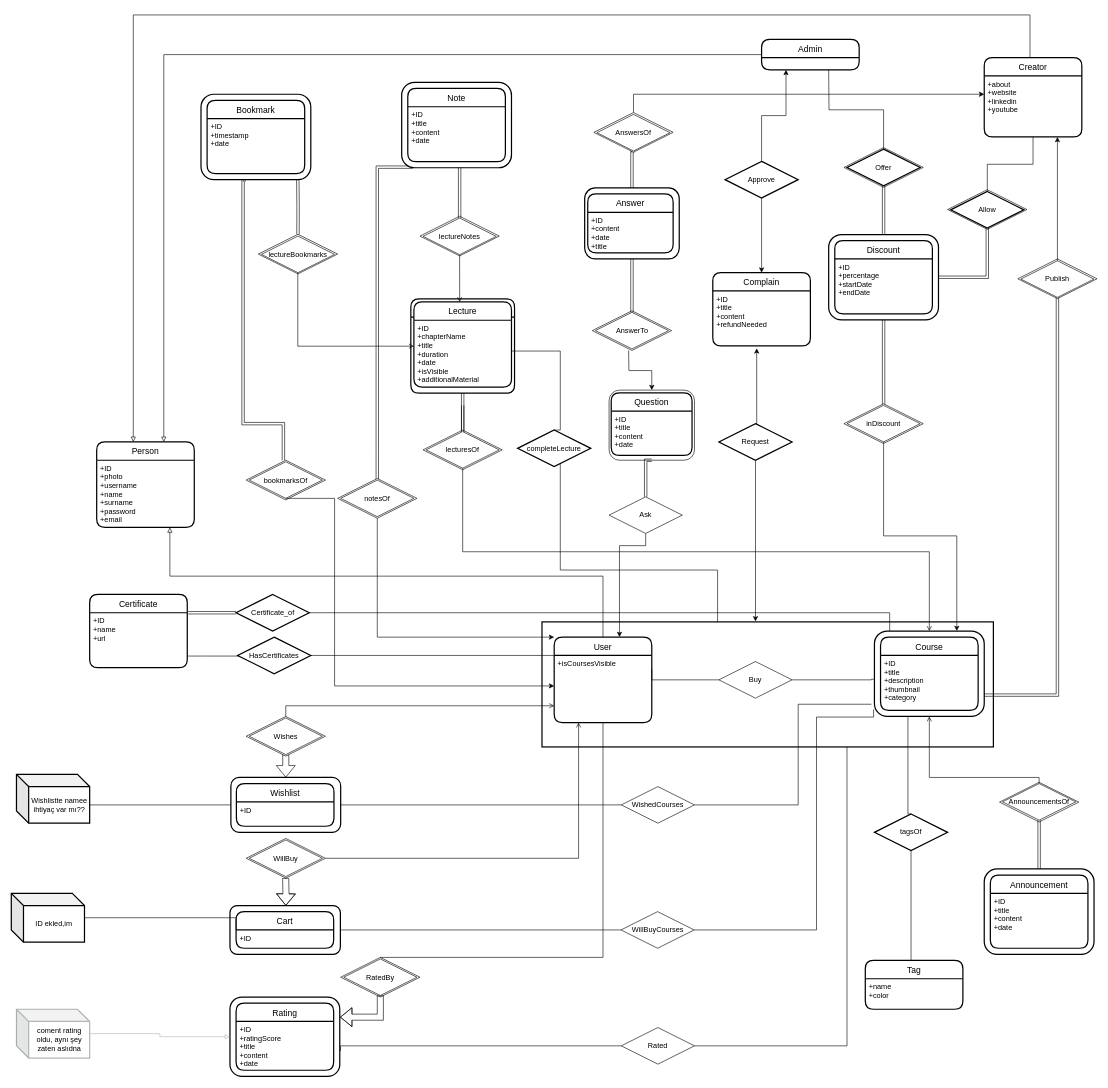
The draw.io diagram page "Page-2" (2 of 2) of ER.drawio in muratangin187/CS353-Project, before the edit. Source tidied: cells renumbered, new cells numbered last; positions are measured from the earlier drawing's top-left corner, leaving out a move shared by most shapes. Both pictures are drawn from the tidied source at 61%, with x=0, y=0 at pixel (11, 15).
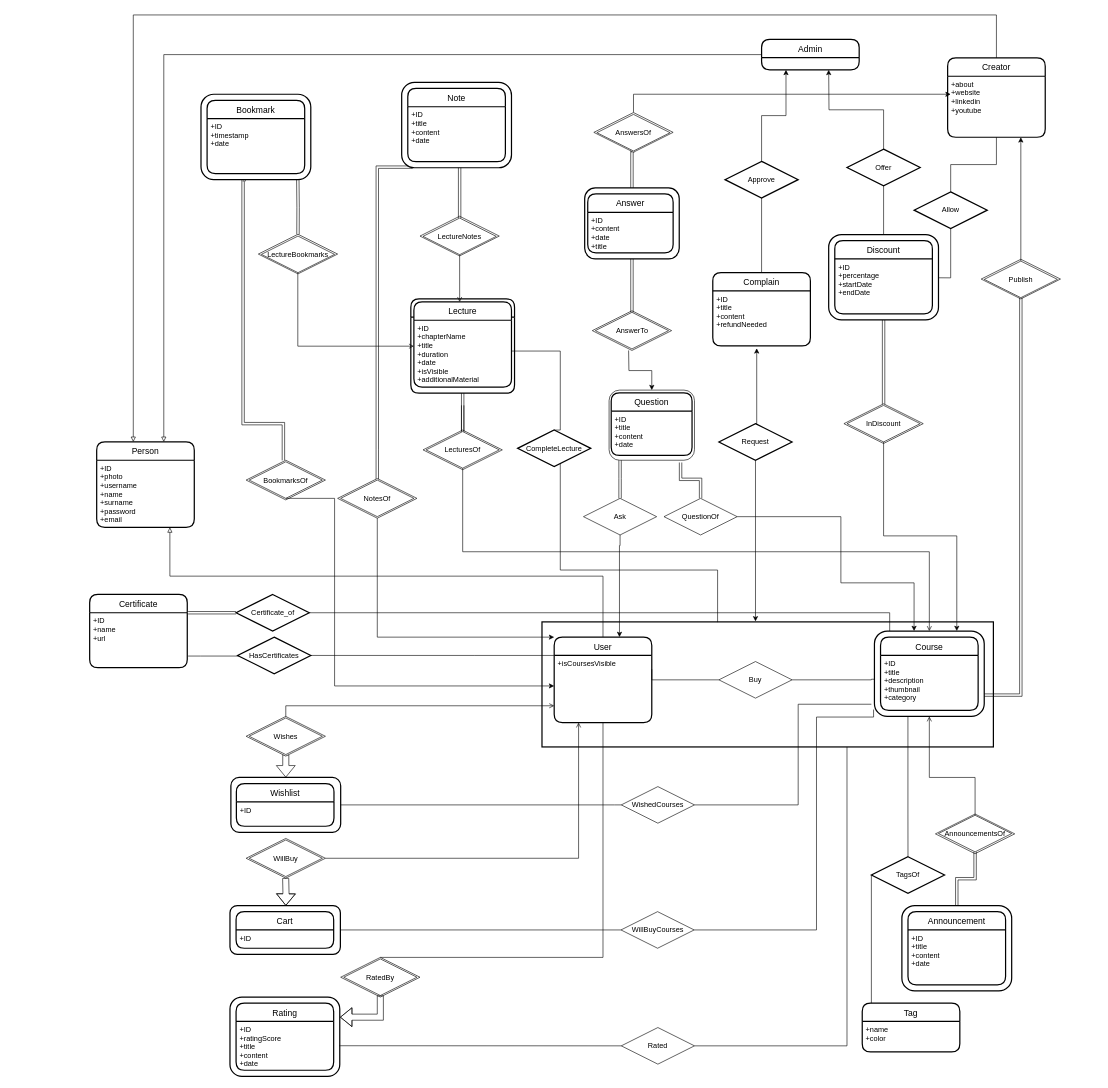
The same diagram, later.

The change refers to these unchanged cells:
```xml
<mxCell id="6" style="rounded=1;whiteSpace=wrap;html=1;shadow=0;glass=0;sketch=0;strokeWidth=2;gradientColor=none;" parent="1" vertex="1">
  <mxGeometry x="1340" y="360" width="180" height="140" as="geometry" />
</mxCell>
<mxCell id="14" style="rounded=1;whiteSpace=wrap;html=1;strokeWidth=2;" parent="1" vertex="1">
  <mxGeometry x="360" y="1250" width="180" height="90" as="geometry" />
</mxCell>
<mxCell id="17" style="rounded=1;whiteSpace=wrap;html=1;strokeWidth=2;" parent="1" vertex="1">
  <mxGeometry x="1415" y="1010" width="180" height="140" as="geometry" />
</mxCell>
<mxCell id="45" value="+ID" style="align=left;strokeColor=none;fillColor=none;spacingLeft=4;fontSize=12;verticalAlign=top;" parent="44" vertex="1">
  <mxGeometry y="30" width="160" height="30" as="geometry" />
</mxCell>
<mxCell id="65" style="rounded=1;whiteSpace=wrap;html=1;shadow=0;glass=0;sketch=0;strokeWidth=2;gradientColor=none;" parent="1" vertex="1">
  <mxGeometry x="358.5" y="1610" width="180" height="130" as="geometry" />
</mxCell>
<mxCell id="72" value="Rated" style="shape=rhombus;perimeter=rhombusPerimeter;whiteSpace=wrap;html=1;align=center;rounded=0;sketch=0;" parent="1" vertex="1">
  <mxGeometry x="1000" y="1660" width="120" height="60" as="geometry" />
</mxCell>
<mxCell id="122" style="shape=rhombus;perimeter=rhombusPerimeter;whiteSpace=wrap;html=1;align=center;rounded=0;sketch=0;" parent="1" vertex="1">
  <mxGeometry x="955" y="160" width="130" height="65" as="geometry" />
</mxCell>
<mxCell id="128" style="rounded=1;whiteSpace=wrap;html=1;shadow=0;glass=0;sketch=0;strokeWidth=1;gradientColor=none;" parent="1" vertex="1">
  <mxGeometry x="980" y="615" width="140" height="115" as="geometry" />
</mxCell>
<mxCell id="134" value="Complain" style="swimlane;horizontal=1;startSize=30;rounded=1;fontSize=14;fontStyle=0;strokeWidth=2;shadow=0;dashed=0;align=center;" parent="1" vertex="1">
  <mxGeometry x="1150" y="422.5" width="160" height="120" as="geometry" />
</mxCell>
<mxCell id="141" value="Approve" style="shape=rhombus;perimeter=rhombusPerimeter;whiteSpace=wrap;html=1;align=center;rounded=0;shadow=0;glass=0;sketch=0;strokeWidth=2;gradientColor=none;" parent="1" vertex="1">
  <mxGeometry x="1170" y="240" width="120" height="60" as="geometry" />
</mxCell>
<mxCell id="146" value="Offer" style="shape=rhombus;perimeter=rhombusPerimeter;whiteSpace=wrap;html=1;align=center;rounded=0;shadow=0;glass=0;sketch=0;strokeWidth=2;gradientColor=none;" parent="1" vertex="1">
  <mxGeometry x="1370" y="220" width="120" height="60" as="geometry" />
</mxCell>
```

Diff of the diagram source:
```diff
@@
-    <mxCell id="2" style="shape=rhombus;perimeter=rhombusPerimeter;whiteSpace=wrap;html=1;align=center;rounded=0;sketch=0;" parent="1" vertex="1">
-      <mxGeometry x="1535" y="286.5" width="130" height="65" as="geometry" />
-    </mxCell>
-    <mxCell id="3" style="shape=rhombus;perimeter=rhombusPerimeter;whiteSpace=wrap;html=1;align=center;rounded=0;sketch=0;" parent="1" vertex="1">
-      <mxGeometry x="1365" y="217.5" width="130" height="65" as="geometry" />
-    </mxCell>
-    <mxCell id="4" style="edgeStyle=orthogonalEdgeStyle;rounded=0;jettySize=auto;html=1;exitX=1;exitY=0.5;exitDx=0;exitDy=0;entryX=0.5;entryY=1;entryDx=0;entryDy=0;endArrow=none;endFill=0;shape=link;" parent="1" edge="1" source="6" target="147">
-      <mxGeometry relative="1" as="geometry" />
+    <mxCell id="4" style="edgeStyle=orthogonalEdgeStyle;rounded=0;jettySize=auto;html=1;exitX=1;exitY=0.5;exitDx=0;exitDy=0;entryX=0.5;entryY=1;entryDx=0;entryDy=0;endArrow=none;endFill=0;" parent="1" edge="1" target="147">
+      <mxGeometry relative="1" as="geometry">
+        <mxPoint x="1460" y="430.5" as="sourcePoint" />
+      </mxGeometry>
     </mxCell>
@@
     <mxCell id="7" style="shape=rhombus;perimeter=rhombusPerimeter;whiteSpace=wrap;html=1;align=center;rounded=0;sketch=0;" parent="1" vertex="1">
-      <mxGeometry x="1620" y="1258" width="130" height="65" as="geometry" />
+      <mxGeometry x="1515" y="1310" width="130" height="65" as="geometry" />
     </mxCell>
@@
-    <mxCell id="13" style="edgeStyle=orthogonalEdgeStyle;rounded=0;jettySize=auto;html=1;exitX=0;exitY=0.5;exitDx=0;exitDy=0;entryX=0;entryY=0;entryDx=120;entryDy=50;entryPerimeter=0;endArrow=none;endFill=0;" parent="1" edge="1" source="14" target="43">
-      <mxGeometry relative="1" as="geometry">
-        <Array as="points">
-          <mxPoint x="140" y="1295" />
-        </Array>
-      </mxGeometry>
-    </mxCell>
@@
-    <mxCell id="43" value="Wishlistte namee ihtiyaç var mı??" style="shape=cube;whiteSpace=wrap;html=1;boundedLbl=1;backgroundOutline=1;darkOpacity=0.05;darkOpacity2=0.1;strokeWidth=2;" parent="1" vertex="1">
-      <mxGeometry x="8.5" y="1245" width="120" height="80" as="geometry" />
-    </mxCell>
@@
-    <mxCell id="50" style="edgeStyle=orthogonalEdgeStyle;rounded=0;jettySize=auto;html=1;entryX=0;entryY=0;entryDx=0;entryDy=0;endArrow=none;endFill=0;" parent="1" edge="1" source="51" target="45">
-      <mxGeometry relative="1" as="geometry" />
-    </mxCell>
-    <mxCell id="51" value="ID ekled,im" style="shape=cube;whiteSpace=wrap;html=1;boundedLbl=1;backgroundOutline=1;darkOpacity=0.05;darkOpacity2=0.1;strokeWidth=2;" parent="1" vertex="1">
-      <mxGeometry y="1440" width="120" height="80" as="geometry" />
-    </mxCell>
@@
     <mxCell id="60" value="Creator" style="swimlane;horizontal=1;startSize=30;rounded=1;fontSize=14;fontStyle=0;strokeWidth=2;shadow=0;dashed=0;align=center;" parent="1" vertex="1">
-      <mxGeometry x="1595" y="70" width="160" height="130" as="geometry" />
+      <mxGeometry x="1535" y="70.5" width="160" height="130" as="geometry" />
     </mxCell>
@@
     <mxCell id="64" style="edgeStyle=orthogonalEdgeStyle;rounded=0;jettySize=auto;html=1;endArrow=block;endFill=0;exitX=0.5;exitY=0;exitDx=0;exitDy=0;" parent="1" edge="1" source="60">
       <mxGeometry relative="1" as="geometry">
         <mxPoint x="200" y="700" as="targetPoint" />
         <Array as="points">
-          <mxPoint x="1670" y="70" />
-          <mxPoint x="1670" />
+          <mxPoint x="1615" />
           <mxPoint x="200" />
-          <mxPoint x="200" y="700" />
         </Array>
       </mxGeometry>
     </mxCell>
@@
-    <mxCell id="73" style="edgeStyle=orthogonalEdgeStyle;rounded=0;jettySize=auto;html=1;entryX=0;entryY=0.5;entryDx=0;entryDy=0;endArrow=none;endFill=0;exitX=1.006;exitY=0.682;exitDx=0;exitDy=0;exitPerimeter=0;" parent="1" edge="1" source="65" target="72">
+    <mxCell id="73" style="edgeStyle=orthogonalEdgeStyle;rounded=0;jettySize=auto;html=1;entryX=0;entryY=0.5;entryDx=0;entryDy=0;endArrow=none;endFill=0;exitX=0.995;exitY=0.614;exitDx=0;exitDy=0;exitPerimeter=0;" parent="1" edge="1" source="65" target="72">
       <mxGeometry relative="1" as="geometry">
         <Array as="points">
           <mxPoint x="540" y="1690" />
-          <mxPoint x="1000" y="1690" />
         </Array>
       </mxGeometry>
     </mxCell>
-    <mxCell id="74" style="edgeStyle=orthogonalEdgeStyle;rounded=0;jettySize=auto;html=1;entryX=0;entryY=0.5;entryDx=0;entryDy=0;endArrow=block;endFill=0;strokeColor=#B0B8B7;" parent="1" edge="1" source="75" target="65">
-      <mxGeometry relative="1" as="geometry" />
-    </mxCell>
-    <mxCell id="75" value="coment rating oldu, aynı şey zaten aslıdna" style="shape=cube;whiteSpace=wrap;html=1;boundedLbl=1;backgroundOutline=1;darkOpacity=0.05;darkOpacity2=0.1;strokeColor=#B0B8B7;strokeWidth=2;" parent="1" vertex="1">
-      <mxGeometry x="8.5" y="1630" width="120" height="80" as="geometry" />
-    </mxCell>
@@
-    <mxCell id="77" value="lecturesOf" style="shape=rhombus;perimeter=rhombusPerimeter;whiteSpace=wrap;html=1;align=center;rounded=0;sketch=0;" parent="1" vertex="1">
+    <mxCell id="77" value="LecturesOf" style="shape=rhombus;perimeter=rhombusPerimeter;whiteSpace=wrap;html=1;align=center;rounded=0;sketch=0;" parent="1" vertex="1">
       <mxGeometry x="680" y="683" width="120" height="60" as="geometry" />
     </mxCell>
@@
-    <mxCell id="83" value="lectureNotes" style="shape=rhombus;perimeter=rhombusPerimeter;whiteSpace=wrap;html=1;align=center;rounded=0;sketch=0;" parent="1" vertex="1">
+    <mxCell id="83" value="LectureNotes" style="shape=rhombus;perimeter=rhombusPerimeter;whiteSpace=wrap;html=1;align=center;rounded=0;sketch=0;" parent="1" vertex="1">
       <mxGeometry x="675" y="333" width="120" height="60" as="geometry" />
     </mxCell>
@@
-    <mxCell id="86" value="notesOf" style="shape=rhombus;perimeter=rhombusPerimeter;whiteSpace=wrap;html=1;align=center;rounded=0;shadow=0;glass=0;sketch=0;strokeWidth=1;gradientColor=none;" parent="1" vertex="1">
+    <mxCell id="86" value="NotesOf" style="shape=rhombus;perimeter=rhombusPerimeter;whiteSpace=wrap;html=1;align=center;rounded=0;shadow=0;glass=0;sketch=0;strokeWidth=1;gradientColor=none;" parent="1" vertex="1">
       <mxGeometry x="540" y="762.5" width="120" height="60" as="geometry" />
     </mxCell>
@@
-    <mxCell id="93" value="bookmarksOf" style="shape=rhombus;perimeter=rhombusPerimeter;whiteSpace=wrap;html=1;align=center;rounded=0;shadow=0;glass=0;sketch=0;strokeWidth=1;gradientColor=none;" parent="1" vertex="1">
+    <mxCell id="93" value="BookmarksOf" style="shape=rhombus;perimeter=rhombusPerimeter;whiteSpace=wrap;html=1;align=center;rounded=0;shadow=0;glass=0;sketch=0;strokeWidth=1;gradientColor=none;" parent="1" vertex="1">
       <mxGeometry x="390" y="732.5" width="120" height="60" as="geometry" />
     </mxCell>
@@
-    <mxCell id="96" value="lectureBookmarks" style="shape=rhombus;perimeter=rhombusPerimeter;whiteSpace=wrap;html=1;align=center;rounded=0;sketch=0;" parent="1" vertex="1">
+    <mxCell id="96" value="LectureBookmarks" style="shape=rhombus;perimeter=rhombusPerimeter;whiteSpace=wrap;html=1;align=center;rounded=0;sketch=0;" parent="1" vertex="1">
       <mxGeometry x="410" y="362.5" width="120" height="60" as="geometry" />
     </mxCell>
@@
-    <mxCell id="101" value="completeLecture" style="shape=rhombus;perimeter=rhombusPerimeter;whiteSpace=wrap;html=1;align=center;rounded=0;shadow=0;glass=0;sketch=0;strokeWidth=2;gradientColor=none;" parent="1" vertex="1">
+    <mxCell id="101" value="CompleteLecture" style="shape=rhombus;perimeter=rhombusPerimeter;whiteSpace=wrap;html=1;align=center;rounded=0;shadow=0;glass=0;sketch=0;strokeWidth=2;gradientColor=none;" parent="1" vertex="1">
       <mxGeometry x="830" y="680.5" width="120" height="60" as="geometry" />
     </mxCell>
     <mxCell id="102" value="Tag" style="swimlane;horizontal=1;startSize=30;rounded=1;fontSize=14;fontStyle=0;strokeWidth=2;shadow=0;dashed=0;align=center;" parent="1" vertex="1">
-      <mxGeometry x="1400" y="1550" width="160" height="80" as="geometry" />
+      <mxGeometry x="1395" y="1620" width="160" height="80" as="geometry" />
     </mxCell>
@@
-    <mxCell id="104" style="edgeStyle=orthogonalEdgeStyle;rounded=0;jettySize=auto;html=1;exitX=0.5;exitY=1;exitDx=0;exitDy=0;entryX=0.5;entryY=0;entryDx=0;entryDy=0;endArrow=none;endFill=0;strokeColor=#000000;" parent="1" edge="1" source="105" target="102">
+    <mxCell id="104" style="edgeStyle=orthogonalEdgeStyle;rounded=0;jettySize=auto;html=1;exitX=0;exitY=0.5;exitDx=0;exitDy=0;endArrow=none;endFill=0;strokeColor=#000000;" parent="1" edge="1" source="105">
       <mxGeometry relative="1" as="geometry">
+        <mxPoint x="1410" y="1620" as="targetPoint" />
         <Array as="points">
-          <mxPoint x="1475" y="1550" />
+          <mxPoint x="1410" y="1620" />
         </Array>
       </mxGeometry>
     </mxCell>
-    <mxCell id="105" value="tagsOf" style="shape=rhombus;perimeter=rhombusPerimeter;whiteSpace=wrap;html=1;align=center;rounded=0;shadow=0;glass=0;sketch=0;strokeWidth=2;gradientColor=none;" parent="1" vertex="1">
-      <mxGeometry x="1415" y="1310" width="120" height="60" as="geometry" />
+    <mxCell id="105" value="TagsOf" style="shape=rhombus;perimeter=rhombusPerimeter;whiteSpace=wrap;html=1;align=center;rounded=0;shadow=0;glass=0;sketch=0;strokeWidth=2;gradientColor=none;" parent="1" vertex="1">
+      <mxGeometry x="1410" y="1380" width="120" height="60" as="geometry" />
     </mxCell>
     <mxCell id="106" style="shape=rhombus;perimeter=rhombusPerimeter;whiteSpace=wrap;html=1;align=center;rounded=0;sketch=0;" parent="1" vertex="1">
-      <mxGeometry x="1650" y="400" width="130" height="65" as="geometry" />
+      <mxGeometry x="1590" y="400.5" width="130" height="65" as="geometry" />
     </mxCell>
     <mxCell id="107" style="edgeStyle=orthogonalEdgeStyle;rounded=0;jettySize=auto;html=1;entryX=1;entryY=0.75;entryDx=0;entryDy=0;endArrow=classic;endFill=1;strokeColor=#000000;shape=link;" parent="1" edge="1" source="108" target="17">
       <mxGeometry relative="1" as="geometry">
         <Array as="points">
-          <mxPoint x="1715" y="1115" />
+          <mxPoint x="1655" y="1115" />
         </Array>
       </mxGeometry>
     </mxCell>
     <mxCell id="108" value="Publish" style="shape=rhombus;perimeter=rhombusPerimeter;whiteSpace=wrap;html=1;align=center;rounded=0;sketch=0;" parent="1" vertex="1">
-      <mxGeometry x="1655" y="403" width="120" height="60" as="geometry" />
+      <mxGeometry x="1595" y="403.5" width="120" height="60" as="geometry" />
     </mxCell>
@@
     <mxCell id="110" style="rounded=1;whiteSpace=wrap;html=1;shadow=0;glass=0;sketch=0;strokeWidth=2;gradientColor=none;" parent="1" vertex="1">
-      <mxGeometry x="1595" y="1400" width="180" height="140" as="geometry" />
+      <mxGeometry x="1460" y="1460" width="180" height="140" as="geometry" />
     </mxCell>
     <mxCell id="111" value="Announcement" style="swimlane;horizontal=1;startSize=30;rounded=1;fontSize=14;fontStyle=0;strokeWidth=2;shadow=0;dashed=0;align=center;" parent="1" vertex="1">
-      <mxGeometry x="1605" y="1410" width="160" height="120" as="geometry" />
+      <mxGeometry x="1470" y="1470" width="160" height="120" as="geometry" />
     </mxCell>
@@
     <mxCell id="113" style="edgeStyle=orthogonalEdgeStyle;rounded=0;jettySize=auto;html=1;endArrow=open;endFill=0;exitX=0.5;exitY=0;exitDx=0;exitDy=0;entryX=0.5;entryY=1;entryDx=0;entryDy=0;" parent="1" edge="1" source="115" target="17">
       <mxGeometry relative="1" as="geometry">
         <Array as="points">
-          <mxPoint x="1685" y="1250" />
+          <mxPoint x="1580" y="1250" />
           <mxPoint x="1505" y="1250" />
         </Array>
       </mxGeometry>
     </mxCell>
@@
     <mxCell id="115" value="AnnouncementsOf" style="shape=rhombus;perimeter=rhombusPerimeter;whiteSpace=wrap;html=1;align=center;rounded=0;sketch=0;" parent="1" vertex="1">
-      <mxGeometry x="1625" y="1260" width="120" height="60" as="geometry" />
+      <mxGeometry x="1520" y="1312" width="120" height="60" as="geometry" />
     </mxCell>
@@
     <mxCell id="120" style="edgeStyle=orthogonalEdgeStyle;rounded=0;jettySize=auto;html=1;exitX=0.5;exitY=0;exitDx=0;exitDy=0;" parent="1" edge="1" source="122">
       <mxGeometry relative="1" as="geometry">
-        <mxPoint x="1595" y="130" as="targetPoint" />
+        <mxPoint x="1540" y="130" as="targetPoint" />
         <Array as="points">
           <mxPoint x="1020" y="130" />
-          <mxPoint x="1595" y="130" />
         </Array>
       </mxGeometry>
     </mxCell>
@@
     <mxCell id="132" value="Ask" style="shape=rhombus;perimeter=rhombusPerimeter;whiteSpace=wrap;html=1;align=center;rounded=0;sketch=0;" parent="1" vertex="1">
-      <mxGeometry x="980" y="790" width="120" height="60" as="geometry" />
+      <mxGeometry x="938" y="792.5" width="120" height="60" as="geometry" />
     </mxCell>
-    <mxCell id="133" style="edgeStyle=orthogonalEdgeStyle;rounded=0;jettySize=auto;html=1;shape=link;entryX=0.5;entryY=0;entryDx=0;entryDy=0;exitX=0.5;exitY=1;exitDx=0;exitDy=0;" parent="1" edge="1" source="128" target="132">
+    <mxCell id="133" style="edgeStyle=orthogonalEdgeStyle;rounded=0;jettySize=auto;html=1;shape=link;entryX=0.5;entryY=0;entryDx=0;entryDy=0;" parent="1" edge="1" target="132">
       <mxGeometry relative="1" as="geometry">
+        <mxPoint x="998" y="730" as="sourcePoint" />
         <Array as="points">
-          <mxPoint x="1040" y="730" />
+          <mxPoint x="998" y="760" />
+          <mxPoint x="998" y="760" />
         </Array>
       </mxGeometry>
     </mxCell>
@@
-    <mxCell id="140" style="edgeStyle=orthogonalEdgeStyle;rounded=0;jettySize=auto;html=1;exitX=0.5;exitY=1;exitDx=0;exitDy=0;entryX=0.5;entryY=0;entryDx=0;entryDy=0;" parent="1" edge="1" source="141" target="134">
+    <mxCell id="140" style="edgeStyle=orthogonalEdgeStyle;rounded=0;jettySize=auto;html=1;exitX=0.5;exitY=1;exitDx=0;exitDy=0;entryX=0.5;entryY=0;entryDx=0;entryDy=0;endArrow=none;endFill=0;" parent="1" edge="1" source="141" target="134">
       <mxGeometry relative="1" as="geometry" />
     </mxCell>
@@
-    <mxCell id="144" style="edgeStyle=orthogonalEdgeStyle;rounded=0;jettySize=auto;html=1;exitX=0.5;exitY=0;exitDx=0;exitDy=0;endArrow=none;endFill=0;" parent="1" edge="1" source="146">
+    <mxCell id="144" style="edgeStyle=orthogonalEdgeStyle;rounded=0;jettySize=auto;html=1;exitX=0.5;exitY=0;exitDx=0;exitDy=0;endArrow=classic;endFill=1;" parent="1" edge="1" source="146">
       <mxGeometry relative="1" as="geometry">
         <mxPoint x="1340" y="90" as="targetPoint" />
       </mxGeometry>
     </mxCell>
-    <mxCell id="145" style="edgeStyle=orthogonalEdgeStyle;rounded=0;jettySize=auto;html=1;exitX=0.5;exitY=1;exitDx=0;exitDy=0;endArrow=none;endFill=0;entryX=0.5;entryY=0;entryDx=0;entryDy=0;shape=link;" parent="1" edge="1" source="146" target="6">
+    <mxCell id="145" style="edgeStyle=orthogonalEdgeStyle;rounded=0;jettySize=auto;html=1;exitX=0.5;exitY=1;exitDx=0;exitDy=0;endArrow=none;endFill=0;entryX=0.5;entryY=0;entryDx=0;entryDy=0;" parent="1" edge="1" source="146" target="6">
       <mxGeometry relative="1" as="geometry" />
     </mxCell>
@@
     <mxCell id="147" value="Allow" style="shape=rhombus;perimeter=rhombusPerimeter;whiteSpace=wrap;html=1;align=center;rounded=0;shadow=0;glass=0;sketch=0;strokeWidth=2;gradientColor=none;" parent="1" vertex="1">
-      <mxGeometry x="1540" y="289.5" width="120" height="60" as="geometry" />
+      <mxGeometry x="1480" y="290" width="120" height="60" as="geometry" />
     </mxCell>
@@
-    <mxCell id="151" value="inDiscount" style="shape=rhombus;perimeter=rhombusPerimeter;whiteSpace=wrap;html=1;align=center;rounded=0;sketch=0;" parent="1" vertex="1">
+    <mxCell id="151" value="InDiscount" style="shape=rhombus;perimeter=rhombusPerimeter;whiteSpace=wrap;html=1;align=center;rounded=0;sketch=0;" parent="1" vertex="1">
       <mxGeometry x="1370" y="640" width="120" height="60" as="geometry" />
     </mxCell>
+    <mxCell id="152" style="edgeStyle=orthogonalEdgeStyle;rounded=0;jettySize=auto;html=1;entryX=0.837;entryY=1.032;entryDx=0;entryDy=0;entryPerimeter=0;endArrow=classic;endFill=1;shape=link;" parent="1" edge="1" source="154" target="128">
+      <mxGeometry relative="1" as="geometry" />
+    </mxCell>
+    <mxCell id="153" style="edgeStyle=orthogonalEdgeStyle;rounded=0;jettySize=auto;html=1;entryX=0.361;entryY=0;entryDx=0;entryDy=0;entryPerimeter=0;endArrow=classic;endFill=1;exitX=1;exitY=0.5;exitDx=0;exitDy=0;" parent="1" edge="1" source="154" target="17">
+      <mxGeometry relative="1" as="geometry">
+        <Array as="points">
+          <mxPoint x="1360" y="822" />
+          <mxPoint x="1360" y="931" />
+          <mxPoint x="1480" y="931" />
+        </Array>
+      </mxGeometry>
+    </mxCell>
+    <mxCell id="154" value="QuestionOf" style="shape=rhombus;perimeter=rhombusPerimeter;whiteSpace=wrap;html=1;align=center;rounded=0;sketch=0;" parent="1" vertex="1">
+      <mxGeometry x="1070" y="792.5" width="120" height="60" as="geometry" />
+    </mxCell>
```
